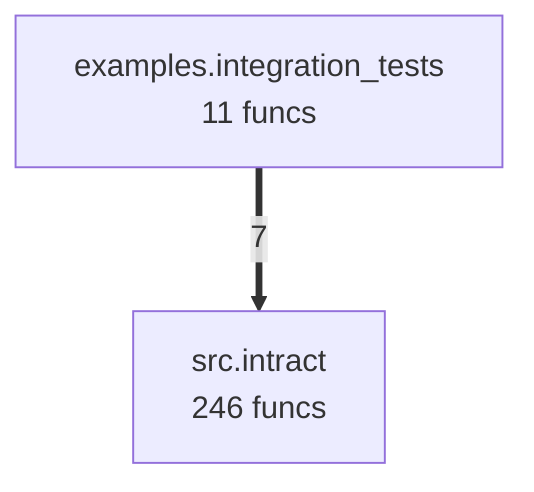
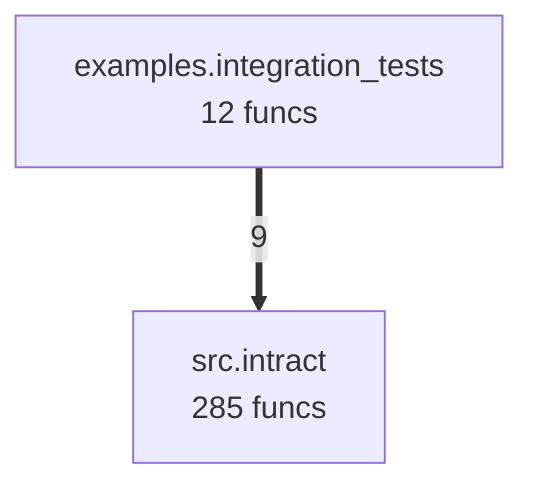
flowchart TD
%% generated in 0.02s
-     examples__integration_tests["examples.integration_tests<br/>11 funcs"]
-     src__intract["src.intract<br/>246 funcs"]
-     examples__integration_tests ==>|7| src__intract
+     examples__integration_tests["examples.integration_tests<br/>12 funcs"]
+     src__intract["src.intract<br/>285 funcs"]
+     examples__integration_tests ==>|9| src__intract
